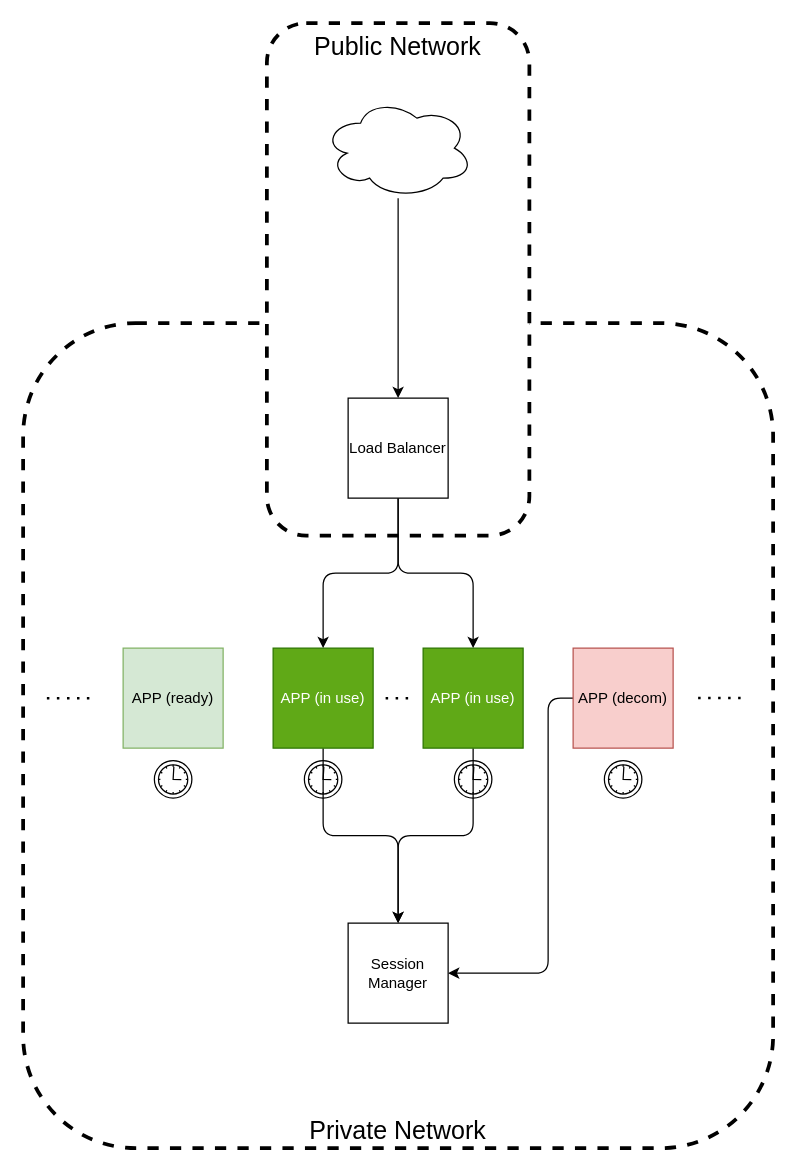
The draw.io diagram doc/system.drawio in matkob/mtd, before the edit. Source tidied: cells renumbered, new cells numbered last; positions are measured from the earlier drawing's top-left corner, leaving out a move shared by most shapes. Both pictures are drawn from the tidied source at 125%, with x=0, y=0 at pixel (22, 22).
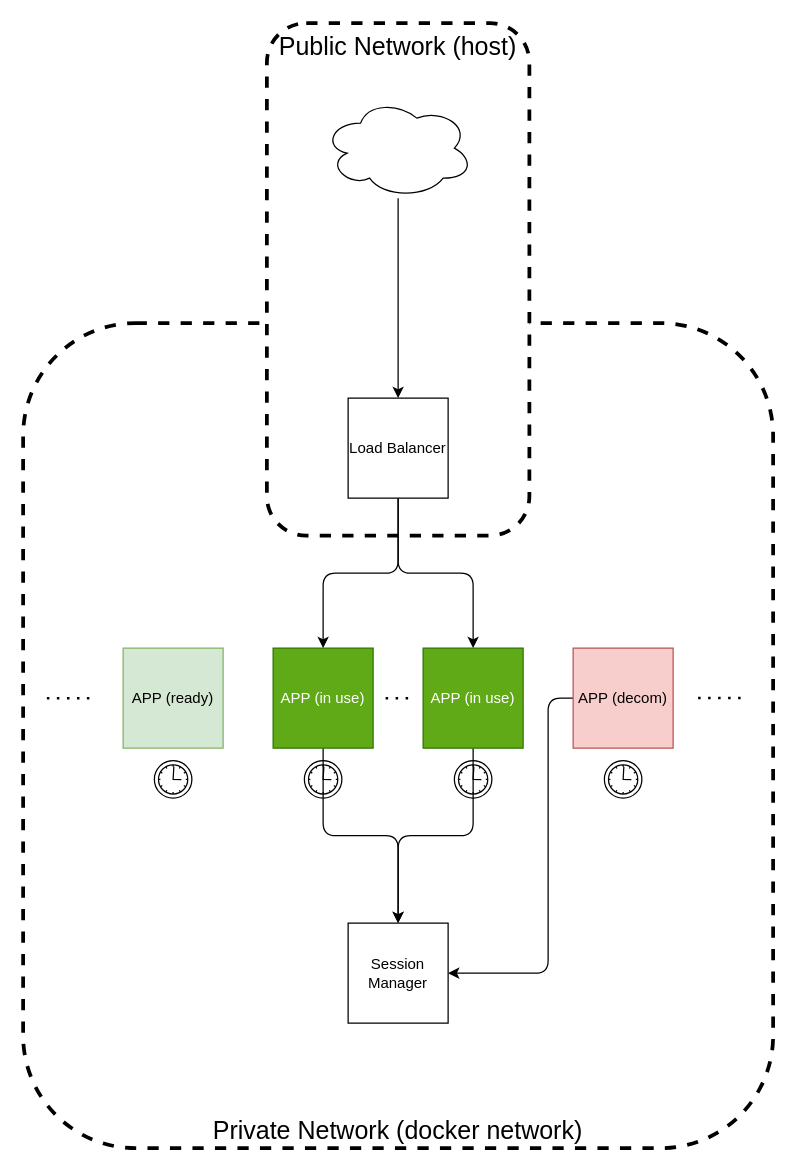
After the change.

Change to the diagram source:
```diff
@@
-    <mxCell id="2" value="Private Network" style="rounded=1;whiteSpace=wrap;html=1;verticalAlign=bottom;fontSize=20;dashed=1;strokeWidth=3;" parent="1" vertex="1">
+    <mxCell id="2" value="Private Network (docker network)" style="rounded=1;whiteSpace=wrap;html=1;verticalAlign=bottom;fontSize=20;dashed=1;strokeWidth=3;" parent="1" vertex="1">
       <mxGeometry y="240" width="600" height="660" as="geometry" />
     </mxCell>
-    <mxCell id="3" value="Public Network" style="rounded=1;whiteSpace=wrap;html=1;fontSize=20;dashed=1;strokeWidth=3;verticalAlign=top;" parent="1" vertex="1">
+    <mxCell id="3" value="Public Network (host)" style="rounded=1;whiteSpace=wrap;html=1;fontSize=20;dashed=1;strokeWidth=3;verticalAlign=top;" parent="1" vertex="1">
       <mxGeometry x="195" width="210" height="410" as="geometry" />
     </mxCell>
```
